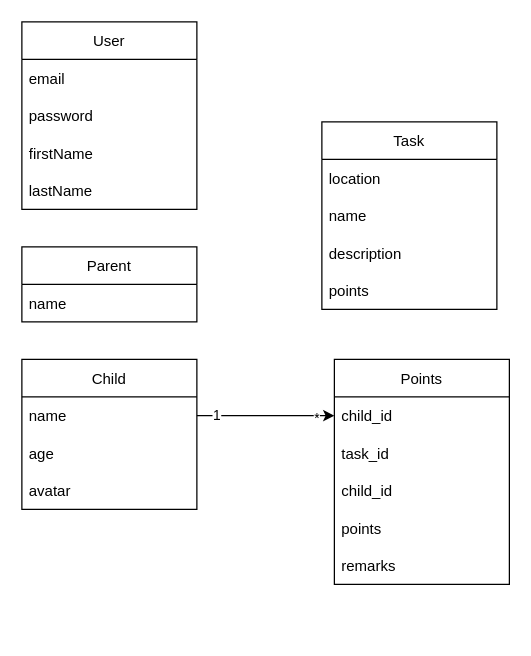
This is readmeIMG/erd.drawio from hareeshbabu82ns/GiddyItUp, a draw.io file, before an edit. Source tidied: cells renumbered, new cells numbered last; positions are measured from the earlier drawing's top-left corner, leaving out a move shared by most shapes. Both pictures are drawn from the tidied source at 125%, with x=0, y=0 at pixel (21, 21).
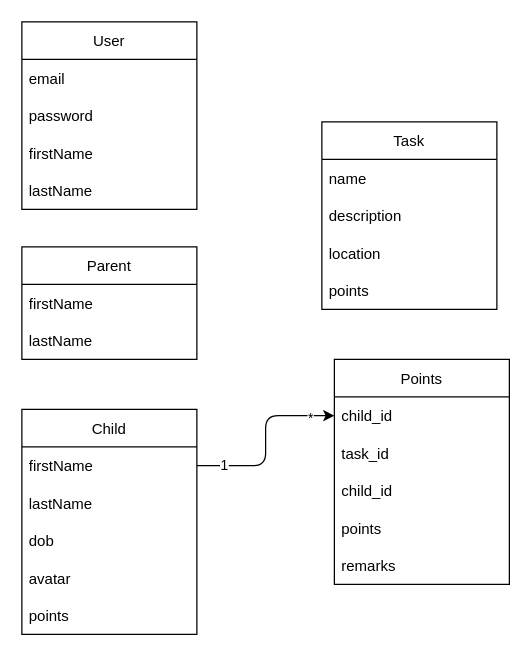
The same page after the edit.

The change refers to these unchanged cells:
```xml
<mxCell id="13" value="Task" style="swimlane;fontStyle=0;horizontal=1;startSize=30;" parent="1" vertex="1">
  <mxGeometry x="240" y="80" width="140" height="150" as="geometry" />
</mxCell>
```

What changed in the source:
```diff
@@
     <mxCell id="7" value="Parent" style="swimlane;fontStyle=0;horizontal=1;startSize=30;" parent="1" vertex="1">
-      <mxGeometry y="180" width="140" height="60" as="geometry" />
+      <mxGeometry y="180" width="140" height="90" as="geometry" />
     </mxCell>
-    <mxCell id="8" value="name" style="text;strokeColor=none;fillColor=none;align=left;verticalAlign=middle;spacingLeft=4;spacingRight=4;overflow=hidden;" parent="7" vertex="1">
+    <mxCell id="8" value="firstName" style="text;strokeColor=none;fillColor=none;align=left;verticalAlign=middle;spacingLeft=4;spacingRight=4;overflow=hidden;" parent="7" vertex="1">
       <mxGeometry y="30" width="140" height="30" as="geometry" />
     </mxCell>
+    <mxCell id="27" value="lastName" style="text;strokeColor=none;fillColor=none;align=left;verticalAlign=middle;spacingLeft=4;spacingRight=4;overflow=hidden;" parent="7" vertex="1">
+      <mxGeometry y="60" width="140" height="30" as="geometry" />
+    </mxCell>
     <mxCell id="9" value="Child" style="swimlane;fontStyle=0;horizontal=1;startSize=30;" parent="1" vertex="1">
-      <mxGeometry y="270" width="140" height="120" as="geometry" />
+      <mxGeometry y="310" width="140" height="180" as="geometry" />
     </mxCell>
-    <mxCell id="10" value="name" style="text;strokeColor=none;fillColor=none;align=left;verticalAlign=middle;spacingLeft=4;spacingRight=4;overflow=hidden;points=[[0,0.5],[1,0.5]];portConstraint=eastwest;" parent="9" vertex="1">
+    <mxCell id="10" value="firstName" style="text;strokeColor=none;fillColor=none;align=left;verticalAlign=middle;spacingLeft=4;spacingRight=4;overflow=hidden;points=[[0,0.5],[1,0.5]];portConstraint=eastwest;" parent="9" vertex="1">
       <mxGeometry y="30" width="140" height="30" as="geometry" />
     </mxCell>
+    <mxCell id="28" value="lastName" style="text;strokeColor=none;fillColor=none;align=left;verticalAlign=middle;spacingLeft=4;spacingRight=4;overflow=hidden;" parent="9" vertex="1">
+      <mxGeometry y="60" width="140" height="30" as="geometry" />
+    </mxCell>
-    <mxCell id="11" value="age" style="text;strokeColor=none;fillColor=none;align=left;verticalAlign=middle;spacingLeft=4;spacingRight=4;overflow=hidden;" parent="9" vertex="1">
-      <mxGeometry y="60" width="140" height="30" as="geometry" />
+    <mxCell id="11" value="dob" style="text;strokeColor=none;fillColor=none;align=left;verticalAlign=middle;spacingLeft=4;spacingRight=4;overflow=hidden;" parent="9" vertex="1">
+      <mxGeometry y="90" width="140" height="30" as="geometry" />
     </mxCell>
     <mxCell id="12" value="avatar" style="text;strokeColor=none;fillColor=none;align=left;verticalAlign=middle;spacingLeft=4;spacingRight=4;overflow=hidden;" parent="9" vertex="1">
-      <mxGeometry y="90" width="140" height="30" as="geometry" />
+      <mxGeometry y="120" width="140" height="30" as="geometry" />
     </mxCell>
+    <mxCell id="29" value="points" style="text;strokeColor=none;fillColor=none;align=left;verticalAlign=middle;spacingLeft=4;spacingRight=4;overflow=hidden;" parent="9" vertex="1">
+      <mxGeometry y="150" width="140" height="30" as="geometry" />
+    </mxCell>
@@
-    <mxCell id="14" value="location" style="text;strokeColor=none;fillColor=none;align=left;verticalAlign=middle;spacingLeft=4;spacingRight=4;overflow=hidden;" parent="13" vertex="1">
-      <mxGeometry y="30" width="140" height="30" as="geometry" />
-    </mxCell>
     <mxCell id="15" value="name" style="text;strokeColor=none;fillColor=none;align=left;verticalAlign=middle;spacingLeft=4;spacingRight=4;overflow=hidden;" parent="13" vertex="1">
-      <mxGeometry y="60" width="140" height="30" as="geometry" />
+      <mxGeometry y="30" width="140" height="30" as="geometry" />
     </mxCell>
     <mxCell id="16" value="description" style="text;strokeColor=none;fillColor=none;align=left;verticalAlign=middle;spacingLeft=4;spacingRight=4;overflow=hidden;" parent="13" vertex="1">
-      <mxGeometry y="90" width="140" height="30" as="geometry" />
+      <mxGeometry y="60" width="140" height="30" as="geometry" />
     </mxCell>
+    <mxCell id="14" value="location" style="text;strokeColor=none;fillColor=none;align=left;verticalAlign=middle;spacingLeft=4;spacingRight=4;overflow=hidden;" parent="13" vertex="1">
+      <mxGeometry y="90" width="140" height="30" as="geometry" />
+    </mxCell>
```
